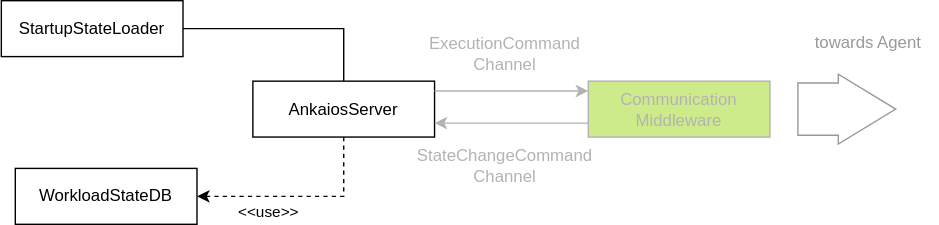
Above: server/doc/swdesign/drawio/comp_overview.drawio.svg in eclipse-ankaios/ankaios (draw.io), before the change. Source tidied: cells renumbered, new cells last; positions are measured from the earlier drawing's top-left corner, leaving out a move shared by most shapes. Its diagram source:
```xml
<mxGraphModel>
  <root>
    <mxCell id="0" />
    <mxCell id="1" parent="0" />
    <mxCell id="2" style="edgeStyle=orthogonalEdgeStyle;rounded=0;jettySize=auto;html=1;exitX=0.5;exitY=0;exitDx=0;exitDy=0;entryX=1;entryY=0.5;entryDx=0;entryDy=0;fontColor=#000000;endArrow=none;endFill=0;" parent="1" edge="1" source="5" target="8">
      <mxGeometry relative="1" as="geometry" />
    </mxCell>
    <mxCell id="3" style="edgeStyle=orthogonalEdgeStyle;rounded=0;jettySize=auto;html=1;exitX=0.5;exitY=1;exitDx=0;exitDy=0;entryX=1;entryY=0.5;entryDx=0;entryDy=0;fontColor=#000000;endArrow=classic;endFill=1;dashed=1;" parent="1" edge="1" source="5" target="6">
      <mxGeometry relative="1" as="geometry" />
    </mxCell>
    <mxCell id="4" value="&amp;lt;&amp;lt;use&amp;gt;&amp;gt;" style="edgeLabel;html=1;align=center;verticalAlign=middle;fontColor=#000000;" parent="3" vertex="1">
      <mxGeometry x="-0.18" y="1" relative="1" as="geometry">
        <mxPoint x="-37" y="9" as="offset" />
      </mxGeometry>
    </mxCell>
    <mxCell id="5" value="AnkaiosServer" style="rounded=0;whiteSpace=wrap;html=1;" parent="1" vertex="1">
      <mxGeometry x="180" y="57.6" width="130" height="40" as="geometry" />
    </mxCell>
    <mxCell id="6" value="WorkloadStateDB" style="rounded=0;whiteSpace=wrap;html=1;" parent="1" vertex="1">
      <mxGeometry x="10" y="120" width="130" height="40" as="geometry" />
    </mxCell>
    <mxCell id="7" value="Communication&lt;br&gt;Middleware" style="rounded=0;whiteSpace=wrap;html=1;fillColor=#cdeb8b;strokeColor=#B3B3B3;fontColor=#B3B3B3;" parent="1" vertex="1">
      <mxGeometry x="420" y="57.6" width="130" height="40" as="geometry" />
    </mxCell>
    <mxCell id="8" value="StartupStateLoader" style="rounded=0;whiteSpace=wrap;html=1;" parent="1" vertex="1">
      <mxGeometry width="130" height="40" as="geometry" />
    </mxCell>
    <mxCell id="9" style="endArrow=classic;html=1;rounded=0;fontColor=#B3B3B3;strokeColor=#B3B3B3;endFill=1;" parent="1" edge="1">
      <mxGeometry relative="1" as="geometry">
        <mxPoint x="310" y="64.6" as="sourcePoint" />
        <mxPoint x="420" y="64.6" as="targetPoint" />
      </mxGeometry>
    </mxCell>
    <mxCell id="10" value="&lt;span style=&quot;white-space: normal&quot;&gt;StateChangeCommand&lt;br&gt;Channel&lt;br&gt;&lt;/span&gt;" style="text;html=1;align=center;verticalAlign=middle;rotation=0;fontColor=#B3B3B3;" parent="1" vertex="1">
      <mxGeometry x="290" y="102.6" width="140" height="30" as="geometry" />
    </mxCell>
    <mxCell id="11" style="endArrow=classic;html=1;rounded=0;fontColor=#B3B3B3;strokeColor=#B3B3B3;entryX=1;entryY=0.75;entryDx=0;entryDy=0;exitX=0;exitY=0.75;exitDx=0;exitDy=0;" parent="1" edge="1" source="7" target="5">
      <mxGeometry relative="1" as="geometry" />
    </mxCell>
    <mxCell id="12" style="shape=singleArrow;direction=east;whiteSpace=wrap;html=1;arrowWidth=0.7464285714285722;arrowSize=0.5870841487279863;strokeColor=#999999;" parent="1" vertex="1">
      <mxGeometry x="570" y="52.6" width="70" height="50" as="geometry" />
    </mxCell>
    <mxCell id="13" value="&lt;font color=&quot;#999999&quot;&gt;towards Agent&lt;/font&gt;" style="text;html=1;align=center;verticalAlign=middle;fontColor=#9999999999999;" parent="1" vertex="1">
      <mxGeometry x="570" y="15" width="100" height="30" as="geometry" />
    </mxCell>
    <mxCell id="14" value="&lt;span style=&quot;white-space: normal&quot;&gt;ExecutionCommand&lt;br&gt;Channel&lt;br&gt;&lt;/span&gt;" style="text;html=1;align=center;verticalAlign=middle;rotation=0;fontColor=#B3B3B3;" parent="1" vertex="1">
      <mxGeometry x="300" y="22.6" width="120" height="30" as="geometry" />
    </mxCell>
  </root>
</mxGraphModel>
```
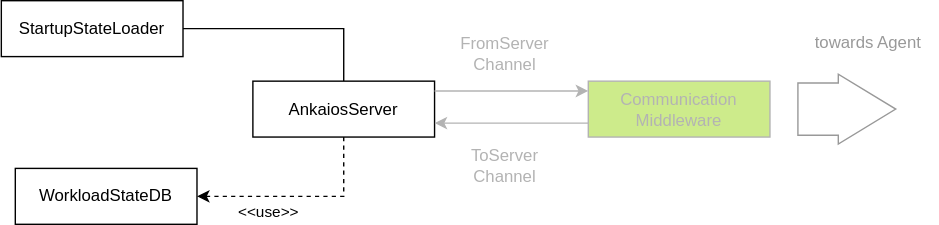
Later version of the same file.

Diff of the diagram source:
```diff
@@ -31,8 +31,8 @@
         <mxPoint x="420" y="64.6" as="targetPoint" />
       </mxGeometry>
     </mxCell>
-    <mxCell id="10" value="&lt;span style=&quot;white-space: normal&quot;&gt;StateChangeCommand&lt;br&gt;Channel&lt;br&gt;&lt;/span&gt;" style="text;html=1;align=center;verticalAlign=middle;rotation=0;fontColor=#B3B3B3;" parent="1" vertex="1">
-      <mxGeometry x="290" y="102.6" width="140" height="30" as="geometry" />
+    <mxCell id="10" value="&lt;span style=&quot;white-space: normal&quot;&gt;ToServer&lt;br&gt;Channel&lt;br&gt;&lt;/span&gt;" style="text;html=1;align=center;verticalAlign=middle;rotation=0;fontColor=#B3B3B3;" parent="1" vertex="1">
+      <mxGeometry x="325" y="97.6" width="70" height="40" as="geometry" />
     </mxCell>
     <mxCell id="11" style="endArrow=classic;html=1;rounded=0;fontColor=#B3B3B3;strokeColor=#B3B3B3;entryX=1;entryY=0.75;entryDx=0;entryDy=0;exitX=0;exitY=0.75;exitDx=0;exitDy=0;" parent="1" edge="1" source="7" target="5">
       <mxGeometry relative="1" as="geometry" />
@@ -43,8 +43,8 @@
     <mxCell id="13" value="&lt;font color=&quot;#999999&quot;&gt;towards Agent&lt;/font&gt;" style="text;html=1;align=center;verticalAlign=middle;fontColor=#9999999999999;" parent="1" vertex="1">
       <mxGeometry x="570" y="15" width="100" height="30" as="geometry" />
     </mxCell>
-    <mxCell id="14" value="&lt;span style=&quot;white-space: normal&quot;&gt;ExecutionCommand&lt;br&gt;Channel&lt;br&gt;&lt;/span&gt;" style="text;html=1;align=center;verticalAlign=middle;rotation=0;fontColor=#B3B3B3;" parent="1" vertex="1">
-      <mxGeometry x="300" y="22.6" width="120" height="30" as="geometry" />
+    <mxCell id="14" value="&lt;span style=&quot;white-space: normal&quot;&gt;FromServer&lt;br&gt;Channel&lt;br&gt;&lt;/span&gt;" style="text;html=1;align=center;verticalAlign=middle;rotation=0;fontColor=#B3B3B3;" parent="1" vertex="1">
+      <mxGeometry x="315" y="17.6" width="90" height="40" as="geometry" />
     </mxCell>
   </root>
 </mxGraphModel>
```
